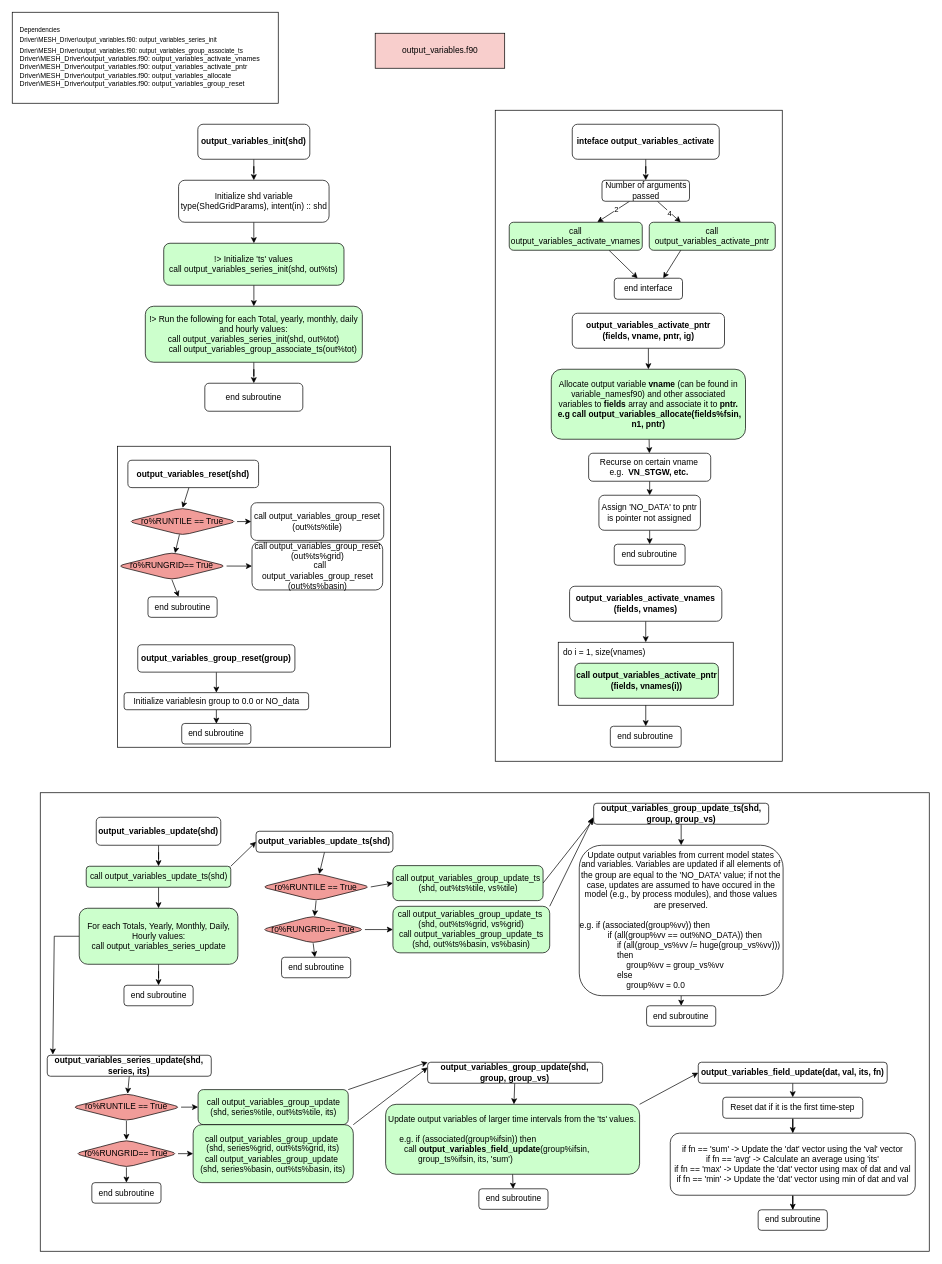
The draw.io diagram output_variables.drawio in MeshMapping/r1860_ME_ZT-Mappings, before the edit. Source tidied: cells renumbered, new cells numbered last; positions are measured from the earlier drawing's top-left corner, leaving out a move shared by most shapes. Both pictures are drawn from the tidied source at 70%, with x=0, y=0 at pixel (12, 12).
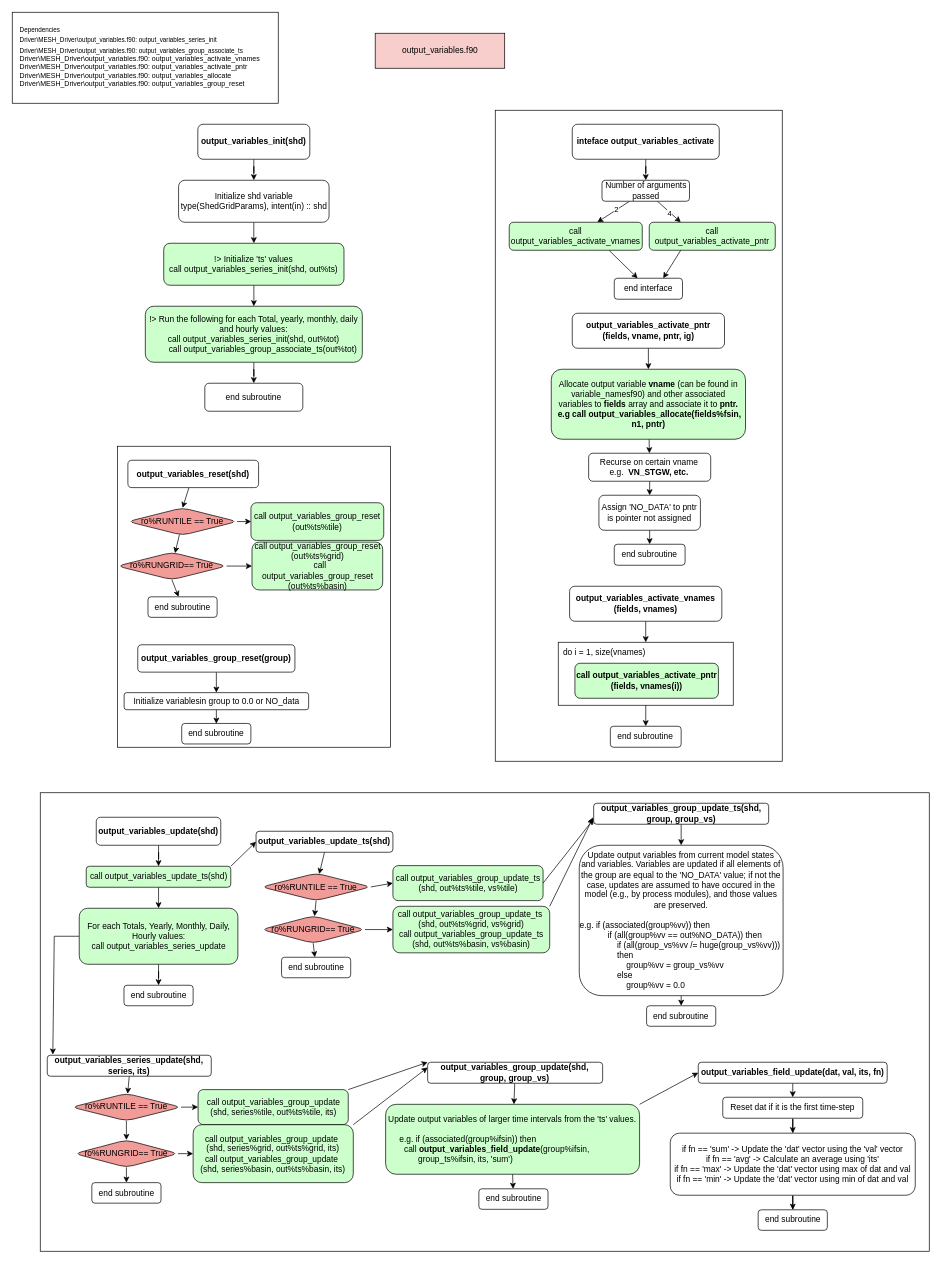
The same diagram, later.

Commit message (it also covers changes not shown here):
Input forcing and output variables file updated

Unchanged cells that the change refers to:
```xml
<mxCell id="15" style="group;" parent="1" vertex="1">
  <mxGeometry x="150" y="620" width="390.2" height="430" as="geometry" />
</mxCell>
```

What changed in the source:
```diff
@@
-    <mxCell id="23" value="call output_variables_group_reset (out%ts%tile)" style="whiteSpace=wrap;html=1;fillColor=#FFFFFF;rounded=1;" parent="15" vertex="1">
+    <mxCell id="23" value="call output_variables_group_reset (out%ts%tile)" style="whiteSpace=wrap;html=1;fillColor=#CCFFCC;rounded=1;" parent="15" vertex="1">
       <mxGeometry x="191" y="80.7" width="189.7" height="53.8" as="geometry" />
     </mxCell>
@@
-    <mxCell id="27" value="&lt;div&gt;call output_variables_group_reset (out%ts%grid)&lt;/div&gt;&lt;div&gt;&amp;nbsp; call output_variables_group_reset (out%ts%basin)&lt;/div&gt;" style="whiteSpace=wrap;html=1;fillColor=#FFFFFF;rounded=1;" parent="15" vertex="1">
+    <mxCell id="27" value="&lt;div&gt;call output_variables_group_reset (out%ts%grid)&lt;/div&gt;&lt;div&gt;&amp;nbsp; call output_variables_group_reset (out%ts%basin)&lt;/div&gt;" style="whiteSpace=wrap;html=1;fillColor=#CCFFCC;rounded=1;" parent="15" vertex="1">
       <mxGeometry x="192.5" y="136.9" width="186.7" height="68.4" as="geometry" />
     </mxCell>
```
